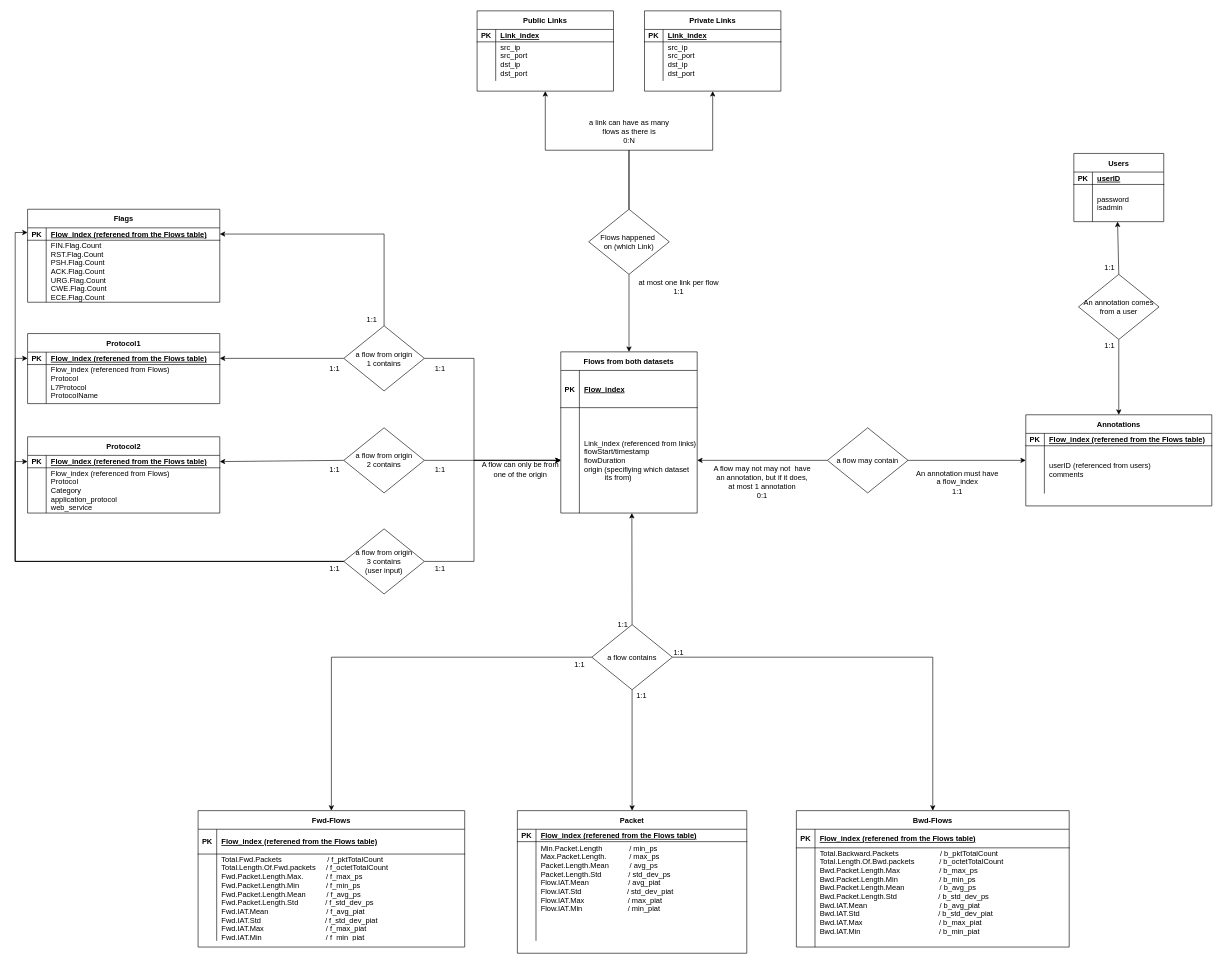
Before: ER.drawio in Amiralizim/Networking, a draw.io diagram. Source tidied: cells renumbered, new cells numbered last; positions are measured from the earlier drawing's top-left corner, leaving out a move shared by most shapes. Both pictures are drawn from the tidied source at 62%, with x=0, y=0 at pixel (15, 11).
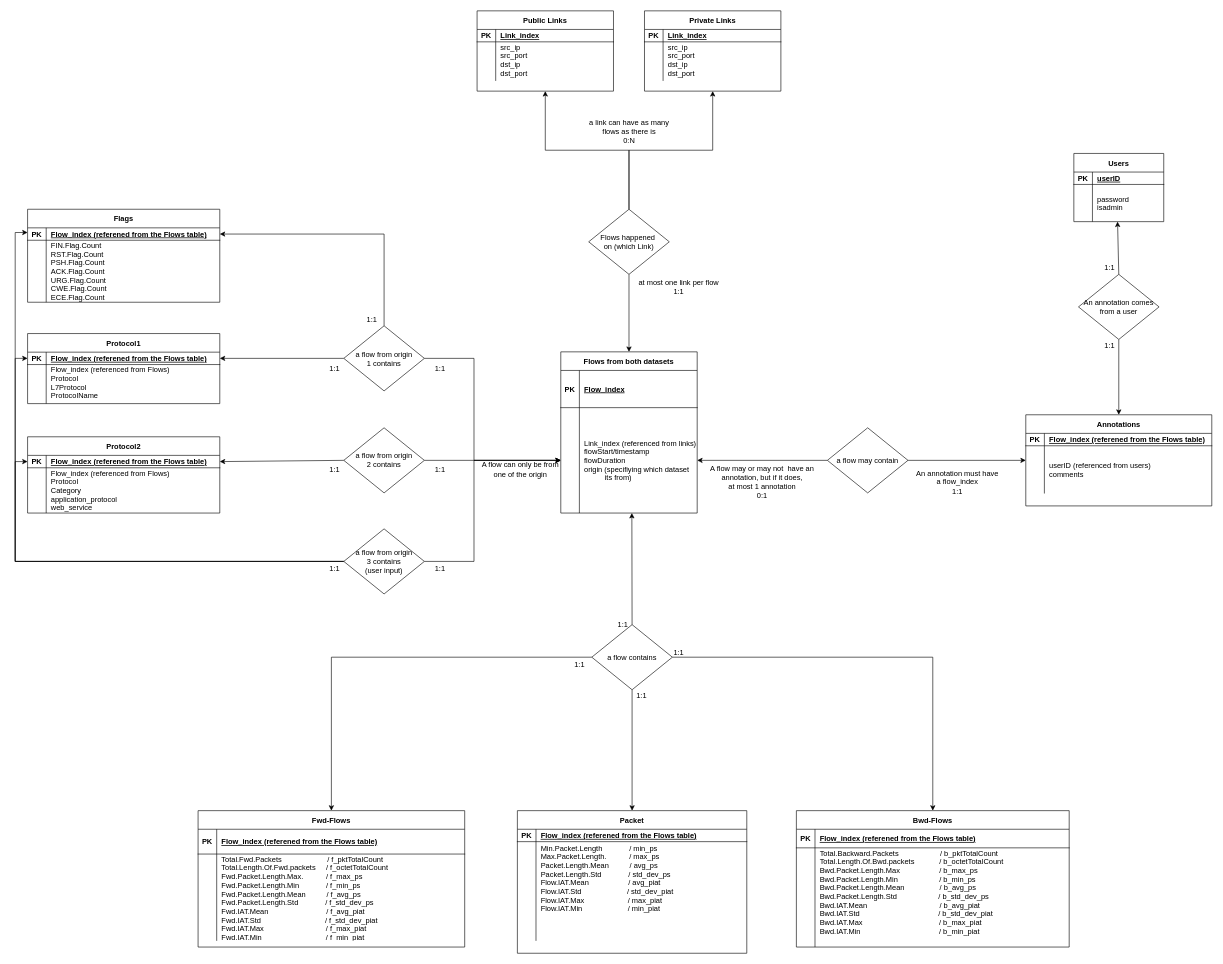
The same page after the edit.

Diff of the diagram source:
```diff
@@
-    <mxCell id="103" value="A flow may not may not&amp;nbsp; have an annotation, but if it does,&lt;br&gt;at most 1 annotation&lt;br&gt;0:1" style="text;html=1;strokeColor=none;fillColor=none;align=center;verticalAlign=middle;whiteSpace=wrap;rounded=0;fontSize=12;" parent="1" vertex="1">
+    <mxCell id="103" value="A flow may or may not&amp;nbsp; have an annotation, but if it does,&lt;br&gt;at most 1 annotation&lt;br&gt;0:1" style="text;html=1;strokeColor=none;fillColor=none;align=center;verticalAlign=middle;whiteSpace=wrap;rounded=0;fontSize=12;" parent="1" vertex="1">
       <mxGeometry x="1120" y="750" width="170" height="20" as="geometry" />
     </mxCell>
```
